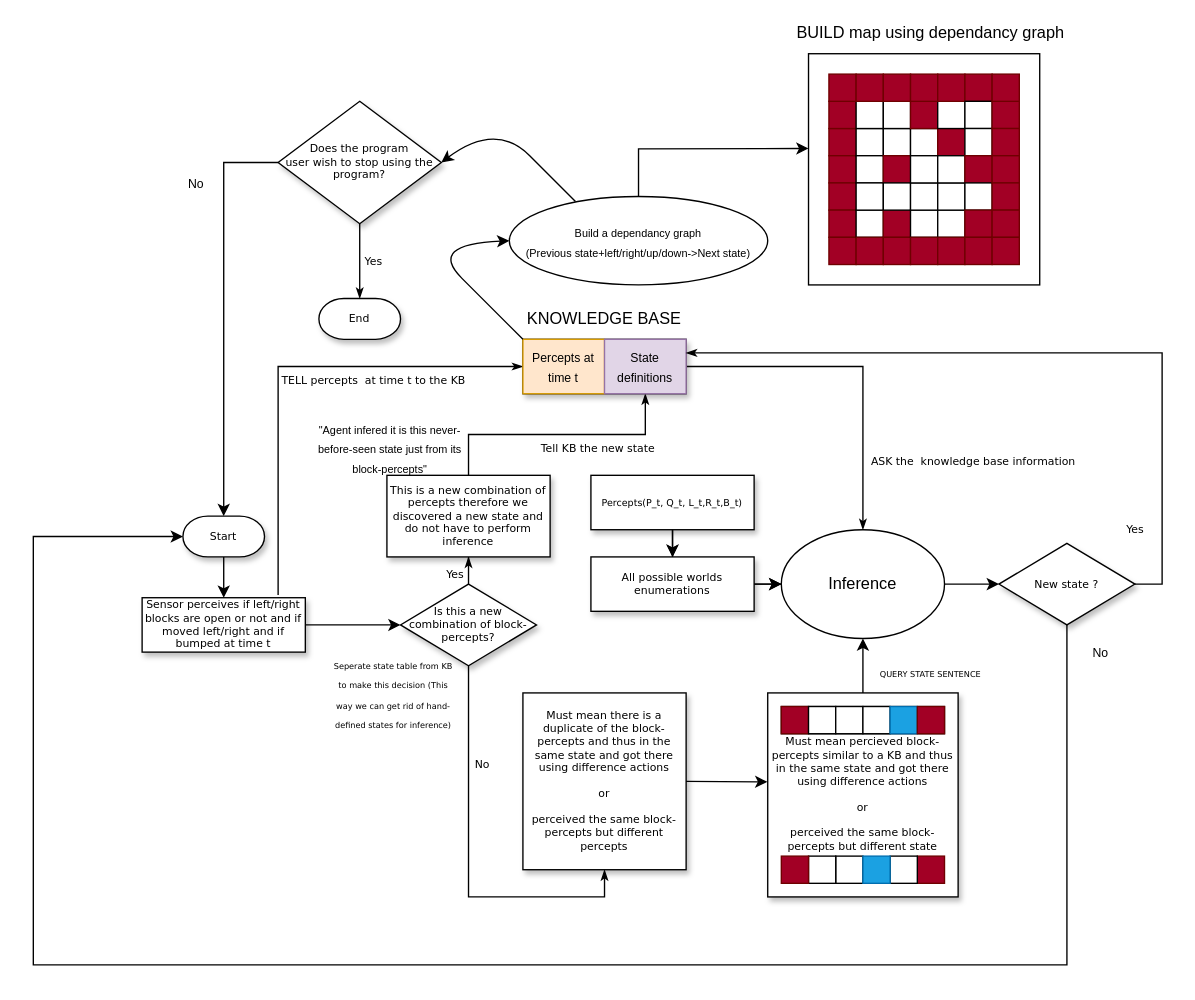
Earlier version of the draw.io diagram Report/Skripsie/Figures/program_flow.drawio (SiraajBedford/Thesis-2D-Logical-Inference-Mapping-Agent). Source tidied: cells renumbered, new cells numbered last; positions are measured from the earlier drawing's top-left corner, leaving out a move shared by most shapes. Both pictures are drawn from the tidied source at 136%, with x=0, y=0 at pixel (33, 26).
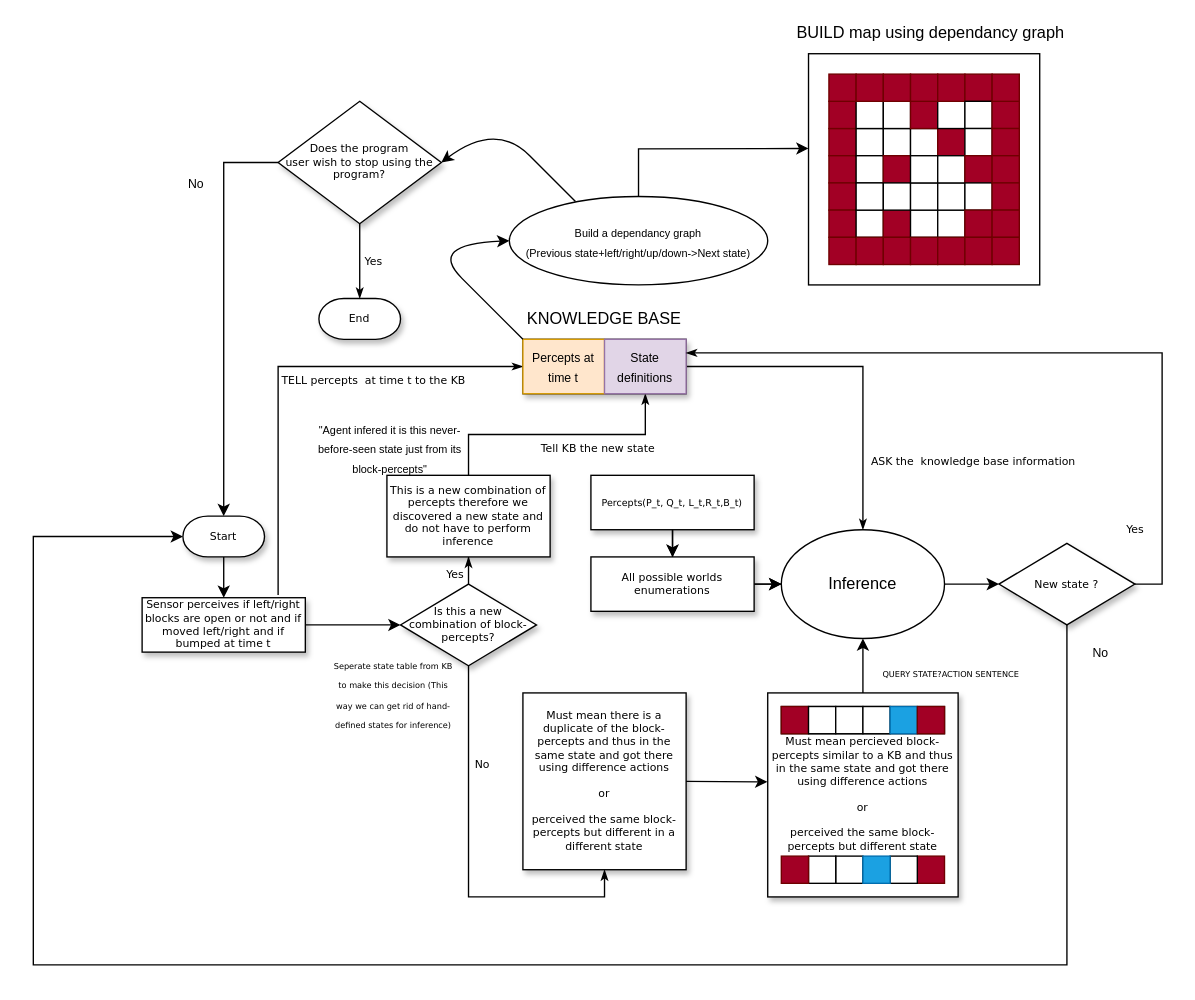
The same page after the edit.

Diff of the diagram source:
```diff
@@
-    <mxCell id="12" value="Must mean there is a duplicate of the block-percepts and thus in the same state and got there using difference actions &lt;br&gt;&lt;br&gt;or &lt;br&gt;&lt;br&gt;perceived the same block-percepts but different percepts" style="whiteSpace=wrap;html=1;rounded=0;shadow=1;labelBackgroundColor=none;strokeWidth=1;fontFamily=Verdana;fontSize=8;align=center;" parent="1" vertex="1">
+    <mxCell id="12" value="Must mean there is a duplicate of the block-percepts and thus in the same state and got there using difference actions &lt;br&gt;&lt;br&gt;or &lt;br&gt;&lt;br&gt;perceived the same block-percepts but different in a different state" style="whiteSpace=wrap;html=1;rounded=0;shadow=1;labelBackgroundColor=none;strokeWidth=1;fontFamily=Verdana;fontSize=8;align=center;" parent="1" vertex="1">
       <mxGeometry x="360" y="490" width="120" height="130" as="geometry" />
     </mxCell>
@@
-    <mxCell id="99" value="&lt;font style=&quot;font-size: 6px&quot; face=&quot;Verdana&quot;&gt;QUERY STATE SENTENCE&lt;/font&gt;" style="text;html=1;strokeColor=none;fillColor=none;align=center;verticalAlign=middle;whiteSpace=wrap;rounded=0;" parent="1" vertex="1">
-      <mxGeometry x="620" y="470" width="80" height="10" as="geometry" />
+    <mxCell id="99" value="&lt;font style=&quot;font-size: 6px&quot; face=&quot;Verdana&quot;&gt;QUERY STATE?ACTION SENTENCE&lt;/font&gt;" style="text;html=1;strokeColor=none;fillColor=none;align=center;verticalAlign=middle;whiteSpace=wrap;rounded=0;" parent="1" vertex="1">
+      <mxGeometry x="620" y="470" width="110" height="10" as="geometry" />
     </mxCell>
```
